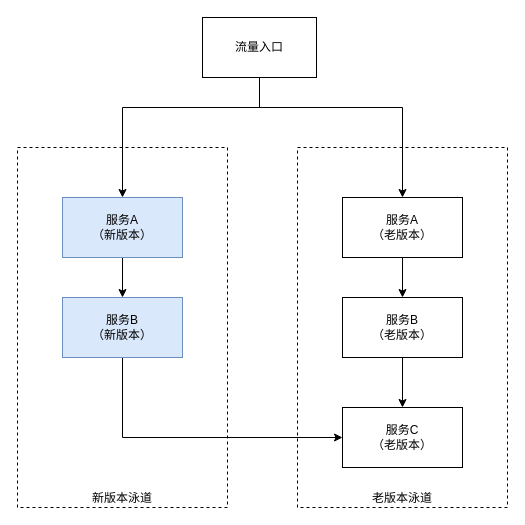
This is page "第 1 页" (1 of 2) of im/im-grey.drawio from novayoung/draw, a draw.io file, before an edit. Source tidied: cells renumbered, new cells numbered last; positions are measured from the earlier drawing's top-left corner, leaving out a move shared by most shapes. Both pictures are drawn from the tidied source at 100%, with x=0, y=0 at pixel (17, 17).
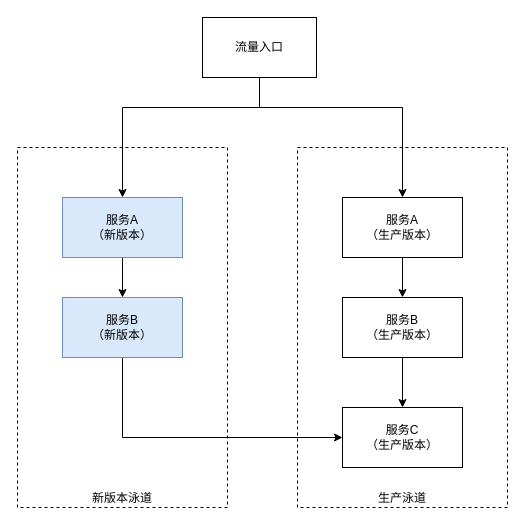
The same diagram, later.

The edit, as a diff of the source:
```diff
@@
 <mxGraphModel>
   <root>
     <mxCell id="0" />
     <mxCell id="1" parent="0" />
     <mxCell id="2" value="新版本泳道" style="rounded=0;whiteSpace=wrap;html=1;dashed=1;fillColor=none;verticalAlign=bottom;" parent="1" vertex="1">
       <mxGeometry y="130" width="210" height="360" as="geometry" />
     </mxCell>
-    <mxCell id="3" value="老版本泳道" style="rounded=0;whiteSpace=wrap;html=1;dashed=1;fillColor=none;verticalAlign=bottom;" parent="1" vertex="1">
+    <mxCell id="3" value="生产泳道" style="rounded=0;whiteSpace=wrap;html=1;dashed=1;fillColor=none;verticalAlign=bottom;" parent="1" vertex="1">
       <mxGeometry x="280" y="130" width="210" height="360" as="geometry" />
     </mxCell>
     <mxCell id="4" style="edgeStyle=orthogonalEdgeStyle;rounded=0;jettySize=auto;html=1;fontColor=#000000;strokeColor=#000000;exitX=0.5;exitY=1;exitDx=0;exitDy=0;" parent="1" edge="1" source="6" target="14">
       <mxGeometry relative="1" as="geometry">
         <Array as="points">
           <mxPoint x="242" y="90" />
           <mxPoint x="105" y="90" />
         </Array>
       </mxGeometry>
     </mxCell>
     <mxCell id="5" style="edgeStyle=orthogonalEdgeStyle;rounded=0;jettySize=auto;html=1;fontColor=#000000;strokeColor=#000000;" parent="1" edge="1" target="10">
       <mxGeometry relative="1" as="geometry">
         <mxPoint x="242" y="60" as="sourcePoint" />
         <Array as="points">
           <mxPoint x="242" y="90" />
           <mxPoint x="385" y="90" />
         </Array>
       </mxGeometry>
     </mxCell>
     <mxCell id="6" value="流量入口" style="rounded=0;whiteSpace=wrap;html=1;" parent="1" vertex="1">
       <mxGeometry x="185" width="114" height="60" as="geometry" />
     </mxCell>
     <mxCell id="7" style="edgeStyle=orthogonalEdgeStyle;rounded=0;jettySize=auto;html=1;" parent="1" edge="1" source="8" target="15">
       <mxGeometry relative="1" as="geometry" />
     </mxCell>
-    <mxCell id="8" value="服务B&lt;br&gt;（老版本）" style="rounded=0;whiteSpace=wrap;html=1;" parent="1" vertex="1">
+    <mxCell id="8" value="服务B&lt;br&gt;（生产版本）" style="rounded=0;whiteSpace=wrap;html=1;" parent="1" vertex="1">
       <mxGeometry x="325" y="280" width="120" height="60" as="geometry" />
     </mxCell>
     <mxCell id="9" style="edgeStyle=orthogonalEdgeStyle;rounded=0;jettySize=auto;html=1;entryX=0.5;entryY=0;entryDx=0;entryDy=0;" parent="1" edge="1" source="10" target="8">
       <mxGeometry relative="1" as="geometry" />
     </mxCell>
-    <mxCell id="10" value="服务A&lt;br&gt;（老版本）" style="rounded=0;whiteSpace=wrap;html=1;" parent="1" vertex="1">
+    <mxCell id="10" value="服务A&lt;br&gt;（生产版本）" style="rounded=0;whiteSpace=wrap;html=1;" parent="1" vertex="1">
       <mxGeometry x="325" y="180" width="120" height="60" as="geometry" />
     </mxCell>
     <mxCell id="11" style="edgeStyle=orthogonalEdgeStyle;rounded=0;jettySize=auto;html=1;entryX=0;entryY=0.5;entryDx=0;entryDy=0;exitX=0.5;exitY=1;exitDx=0;exitDy=0;" parent="1" edge="1" source="12" target="15">
       <mxGeometry relative="1" as="geometry" />
     </mxCell>
     <mxCell id="12" value="服务B&lt;br&gt;（新版本）" style="rounded=0;whiteSpace=wrap;html=1;fillColor=#dae8fc;strokeColor=#6c8ebf;" parent="1" vertex="1">
       <mxGeometry x="45" y="280" width="120" height="60" as="geometry" />
     </mxCell>
     <mxCell id="13" style="edgeStyle=orthogonalEdgeStyle;rounded=0;jettySize=auto;html=1;entryX=0.5;entryY=0;entryDx=0;entryDy=0;" parent="1" edge="1" source="14" target="12">
       <mxGeometry relative="1" as="geometry" />
     </mxCell>
     <mxCell id="14" value="服务A&lt;br&gt;（新版本）" style="rounded=0;whiteSpace=wrap;html=1;fillColor=#dae8fc;strokeColor=#6c8ebf;" parent="1" vertex="1">
       <mxGeometry x="45" y="180" width="120" height="60" as="geometry" />
     </mxCell>
-    <mxCell id="15" value="服务C&lt;br&gt;（老版本）" style="rounded=0;whiteSpace=wrap;html=1;" parent="1" vertex="1">
+    <mxCell id="15" value="服务C&lt;br&gt;（生产版本）" style="rounded=0;whiteSpace=wrap;html=1;" parent="1" vertex="1">
       <mxGeometry x="325" y="390" width="120" height="60" as="geometry" />
     </mxCell>
   </root>
 </mxGraphModel>
```
